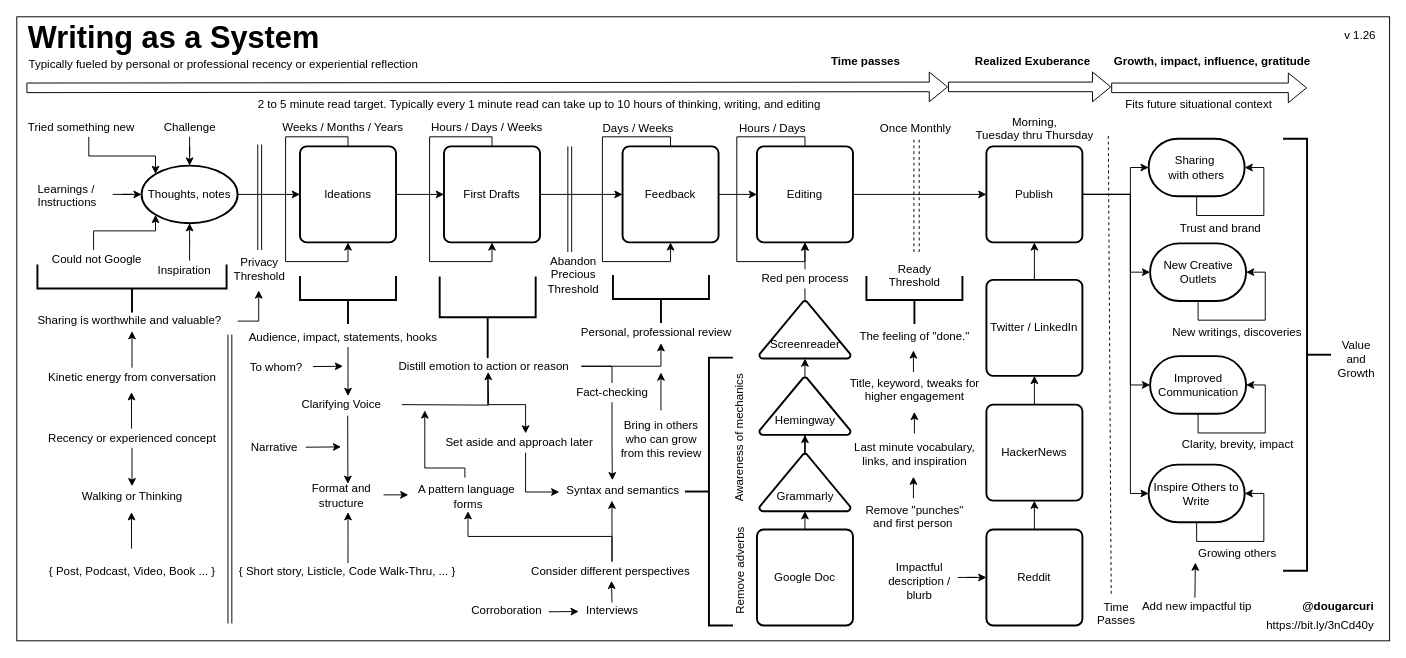
The draw.io diagram mentoring/diagrams/blogging-process.drawio in solidi/learning-notes, before the edit. Source tidied: cells renumbered, new cells numbered last; positions are measured from the earlier drawing's top-left corner, leaving out a move shared by most shapes. Both pictures are drawn from the tidied source at 96%, with x=0, y=0 at pixel (16, 16).
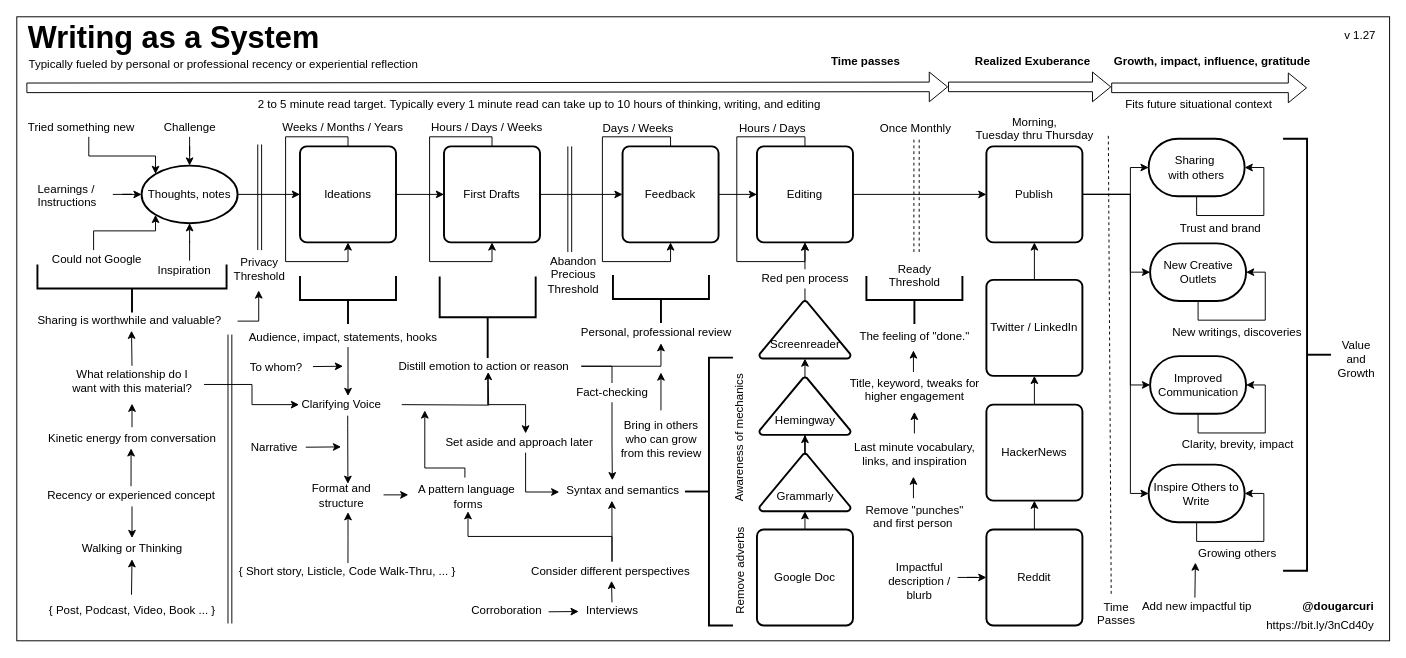
The same page after the edit.

Commit message (it also covers changes not shown here):
Add what relationship I want with this material

Unchanged cells that the change refers to:
```xml
<mxCell id="34" value="Clarifying Voice" style="text;html=1;points=[];align=left;verticalAlign=top;spacingTop=-4;" parent="1" vertex="1">
  <mxGeometry x="295" y="394" width="100" height="20" as="geometry" />
</mxCell>
```

Change to the diagram source:
```diff
@@
     <mxCell id="118" value="Kinetic energy from conversation" style="text;html=1;points=[];align=center;verticalAlign=top;spacingTop=-4;" parent="1" vertex="1">
-      <mxGeometry x="25" y="365.5" width="190" height="20" as="geometry" />
+      <mxGeometry x="25" y="429" width="190" height="20" as="geometry" />
     </mxCell>
-    <mxCell id="119" style="edgeStyle=orthogonalEdgeStyle;rounded=0;orthogonalLoop=1;jettySize=auto;html=1;exitX=0.5;exitY=0;exitDx=0;exitDy=0;entryX=0.5;entryY=1;entryDx=0;entryDy=0;" parent="1" edge="1">
-      <mxGeometry relative="1" as="geometry">
-        <mxPoint x="120" y="365.5" as="sourcePoint" />
-        <mxPoint x="120" y="327.5" as="targetPoint" />
-      </mxGeometry>
+    <mxCell id="119" style="edgeStyle=orthogonalEdgeStyle;rounded=0;jettySize=auto;html=1;exitX=0.5;exitY=-0.075;exitDx=0;exitDy=0;exitPerimeter=0;entryX=0.5;entryY=1;entryDx=0;entryDy=0;entryPerimeter=0;" parent="1" edge="1" source="118" target="155">
+      <mxGeometry relative="1" as="geometry" />
     </mxCell>
-    <mxCell id="120" value="v 1.26" style="text;html=1;align=center;verticalAlign=middle;" parent="1" vertex="1">
+    <mxCell id="120" value="v 1.27" style="text;html=1;align=center;verticalAlign=middle;" parent="1" vertex="1">
       <mxGeometry x="1369" y="5" width="60" height="30" as="geometry" />
     </mxCell>
@@
-    <mxCell id="122" style="edgeStyle=orthogonalEdgeStyle;rounded=0;jettySize=auto;html=1;entryX=0.5;entryY=-0.05;entryDx=0;entryDy=0;entryPerimeter=0;" parent="1" edge="1" source="123" target="132">
-      <mxGeometry relative="1" as="geometry" />
+    <mxCell id="122" style="edgeStyle=orthogonalEdgeStyle;rounded=0;jettySize=auto;html=1;entryX=0.5;entryY=-0.05;entryDx=0;entryDy=0;entryPerimeter=0;" parent="1" edge="1" target="132">
+      <mxGeometry relative="1" as="geometry">
+        <mxPoint x="120" y="510" as="sourcePoint" />
+      </mxGeometry>
     </mxCell>
     <mxCell id="123" value="Recency or experienced concept" style="text;html=1;points=[];align=center;verticalAlign=top;spacingTop=-4;" parent="1" vertex="1">
-      <mxGeometry x="25" y="429" width="190" height="20" as="geometry" />
+      <mxGeometry x="24" y="489" width="190" height="20" as="geometry" />
     </mxCell>
-    <mxCell id="124" style="edgeStyle=orthogonalEdgeStyle;rounded=0;orthogonalLoop=1;jettySize=auto;html=1;exitX=0.5;exitY=0;exitDx=0;exitDy=0;entryX=0.5;entryY=1;entryDx=0;entryDy=0;" parent="1" edge="1">
-      <mxGeometry relative="1" as="geometry">
-        <mxPoint x="119.5" y="429" as="sourcePoint" />
-        <mxPoint x="119.5" y="391" as="targetPoint" />
-      </mxGeometry>
+    <mxCell id="124" style="edgeStyle=orthogonalEdgeStyle;rounded=0;jettySize=auto;html=1;exitX=0.5;exitY=0;exitDx=0;exitDy=0;entryX=0.495;entryY=1.025;entryDx=0;entryDy=0;entryPerimeter=0;exitPerimeter=0;" parent="1" edge="1" source="123" target="118">
+      <mxGeometry relative="1" as="geometry" />
     </mxCell>
@@
     <mxCell id="132" value="Walking or Thinking" style="text;html=1;align=center;verticalAlign=middle;points=[];" parent="1" vertex="1">
-      <mxGeometry x="60" y="490" width="120" height="20" as="geometry" />
+      <mxGeometry x="60" y="544" width="120" height="20" as="geometry" />
     </mxCell>
     <mxCell id="133" value="{ Post, Podcast, Video, Book ... }" style="text;html=1;align=center;verticalAlign=middle;" parent="1" vertex="1">
-      <mxGeometry x="25" y="567.5" width="190" height="20" as="geometry" />
+      <mxGeometry x="25" y="609" width="190" height="20" as="geometry" />
     </mxCell>
-    <mxCell id="134" style="edgeStyle=orthogonalEdgeStyle;rounded=0;orthogonalLoop=1;jettySize=auto;html=1;exitX=0.5;exitY=0;exitDx=0;exitDy=0;entryX=0.5;entryY=1;entryDx=0;entryDy=0;" parent="1" edge="1">
+    <mxCell id="134" style="edgeStyle=orthogonalEdgeStyle;rounded=0;jettySize=auto;html=1;exitX=0.5;exitY=0;exitDx=0;exitDy=0;entryX=0.5;entryY=1.05;entryDx=0;entryDy=0;entryPerimeter=0;" parent="1" edge="1" target="132">
       <mxGeometry relative="1" as="geometry">
-        <mxPoint x="119.5" y="554" as="sourcePoint" />
-        <mxPoint x="119.5" y="516" as="targetPoint" />
+        <mxPoint x="119.5" y="602" as="sourcePoint" />
       </mxGeometry>
     </mxCell>
@@
+    <mxCell id="154" style="edgeStyle=orthogonalEdgeStyle;rounded=0;jettySize=auto;html=1;entryX=-0.01;entryY=0.5;entryDx=0;entryDy=0;entryPerimeter=0;" parent="1" edge="1" source="155" target="34">
+      <mxGeometry relative="1" as="geometry" />
+    </mxCell>
+    <mxCell id="155" value="What relationship do I&lt;br&gt;want with this material?" style="text;html=1;points=[];align=center;verticalAlign=top;spacingTop=-4;" parent="1" vertex="1">
+      <mxGeometry x="45" y="363" width="150" height="40" as="geometry" />
+    </mxCell>
+    <mxCell id="156" style="edgeStyle=orthogonalEdgeStyle;rounded=0;jettySize=auto;html=1;exitX=0.5;exitY=0.013;exitDx=0;exitDy=0;exitPerimeter=0;entryX=0.5;entryY=1;entryDx=0;entryDy=0;entryPerimeter=0;" parent="1" edge="1" source="155">
+      <mxGeometry relative="1" as="geometry">
+        <mxPoint x="119.5" y="327" as="targetPoint" />
+      </mxGeometry>
+    </mxCell>
```
